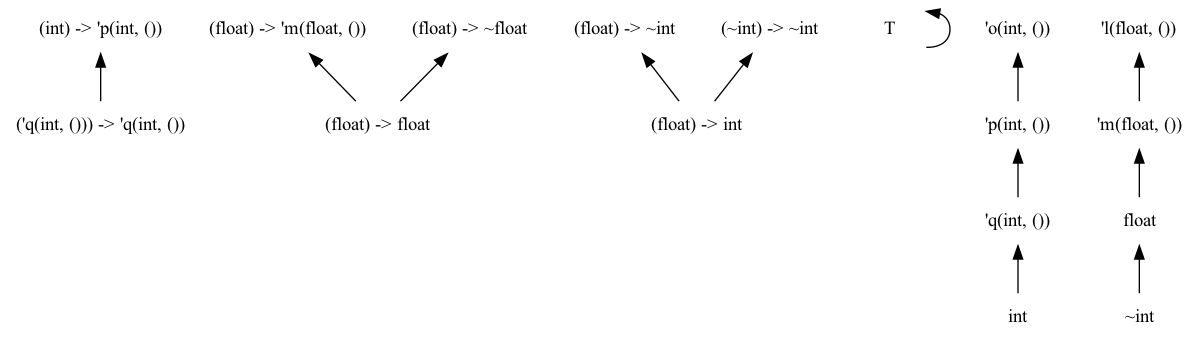
chocobo333/regino keeps this Graphviz diagram as dots/png/12.dot.png. Above is the earlier version. Its source is kept beside it as dots/12.dot.
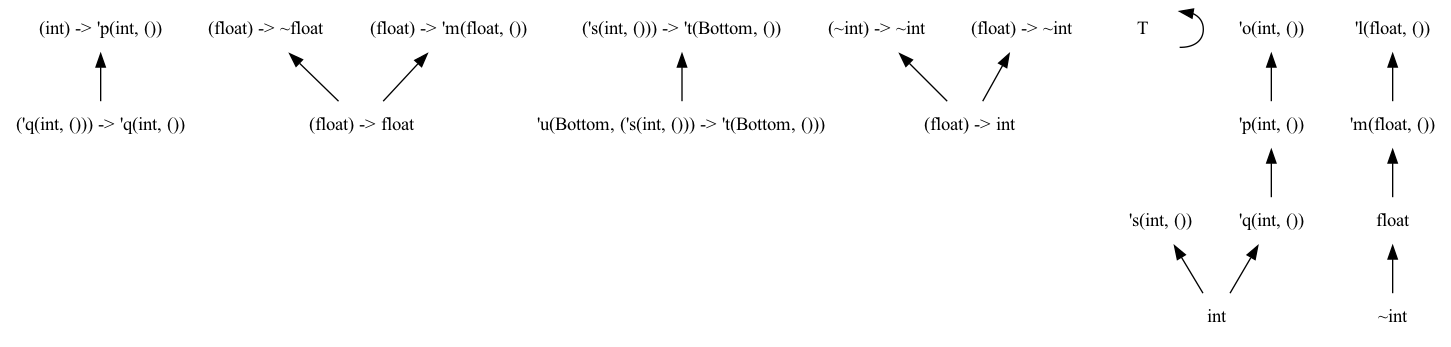
The same diagram one commit later.

The edit, as a diff of the source:
```diff
@@ -9,15 +9,18 @@
     dir = back
     ];
   "('q(int, ())) -> 'q(int, ())"
+  "(float) -> ~float"
   "(float) -> 'm(float, ())"
+  "('s(int, ())) -> 't(Bottom, ())"
   "(int) -> 'p(int, ())"
+  "(~int) -> ~int"
   "(float) -> ~int"
-  "(~int) -> ~int"
-  "(float) -> ~float"
   "T"
+  "'u(Bottom, ('s(int, ())) -> 't(Bottom, ()))"
   "'p(int, ())"
   "'q(int, ())"
   "'m(float, ())"
+  "'s(int, ())"
   "'o(int, ())"
   "'l(float, ())"
   "float"
@@ -26,15 +29,17 @@
   "(float) -> int"
   "(float) -> float"
   "(~int) -> ~int" -> "(float) -> int"
+  "(float) -> ~int" -> "(float) -> int"
   "(float) -> ~float" -> "(float) -> float"
   "(float) -> 'm(float, ())" -> "(float) -> float"
   "T" -> "T"
   "float" -> "~int"
+  "'s(int, ())" -> "int"
   "'o(int, ())" -> "'p(int, ())"
   "'q(int, ())" -> "int"
   "'p(int, ())" -> "'q(int, ())"
   "'l(float, ())" -> "'m(float, ())"
   "'m(float, ())" -> "float"
+  "('s(int, ())) -> 't(Bottom, ())" -> "'u(Bottom, ('s(int, ())) -> 't(Bottom, ()))"
   "(int) -> 'p(int, ())" -> "('q(int, ())) -> 'q(int, ())"
-  "(float) -> ~int" -> "(float) -> int"
 }
```
